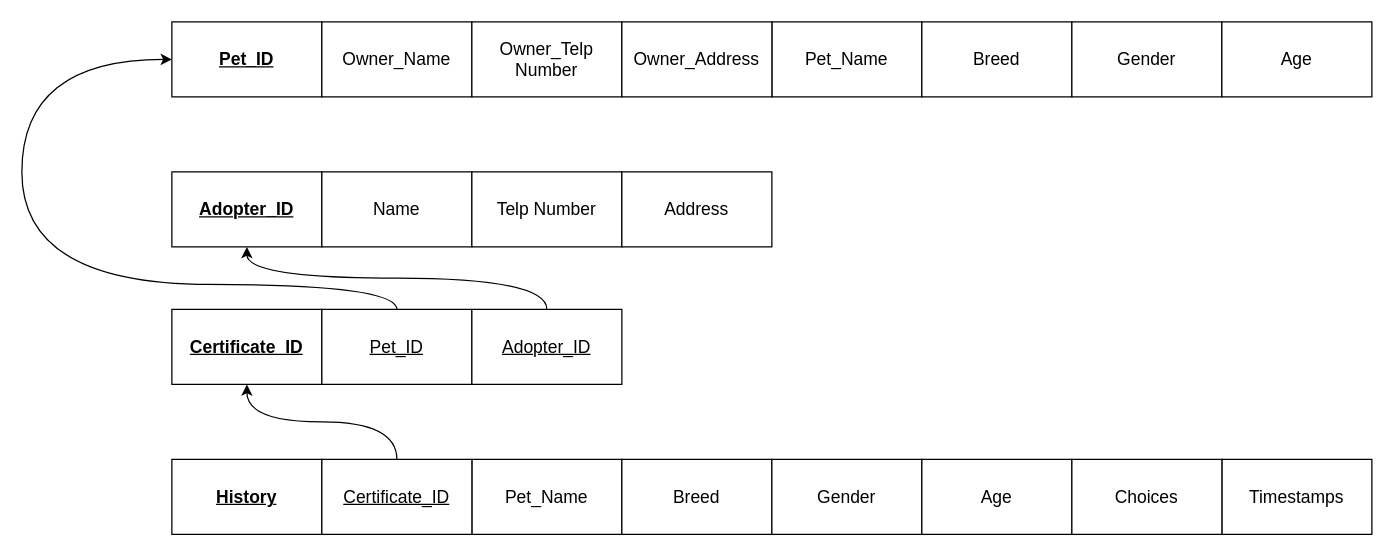
arba2401/TugasAkhirBasdat keeps this draw.io diagram as page "Page-2" (2 of 2) of Untitled Diagram.drawio. Above is the earlier version. Source tidied: cells renumbered, new cells numbered last; positions are measured from the earlier drawing's top-left corner, leaving out a move shared by most shapes. Both pictures are drawn from the tidied source at 125%, with x=0, y=0 at pixel (21, 21).
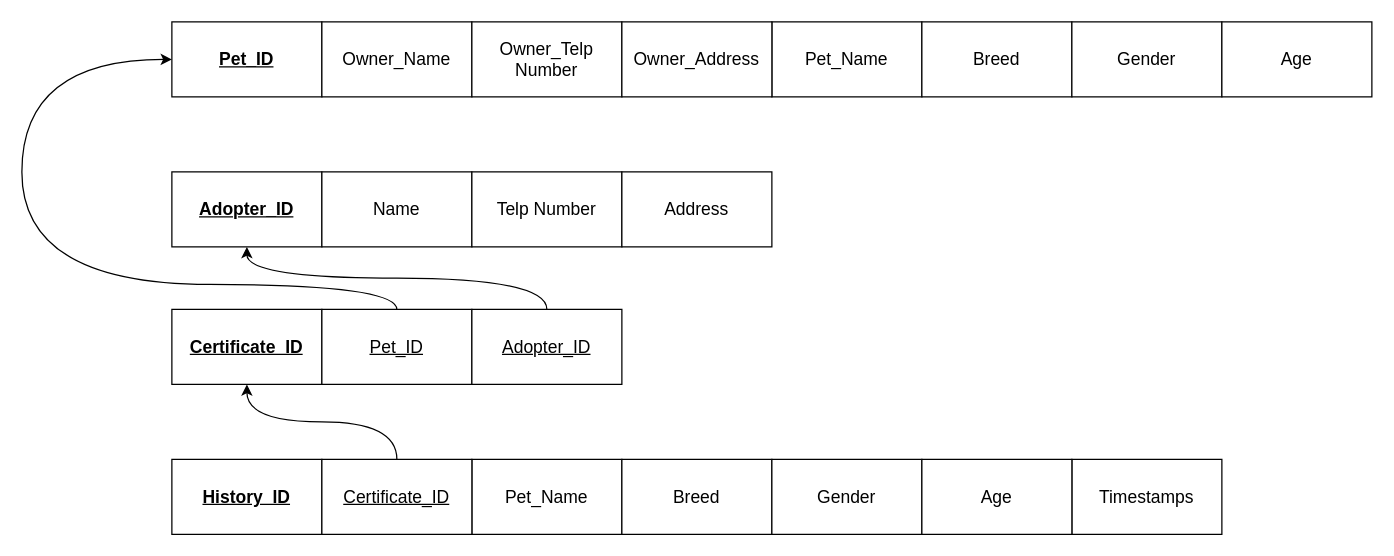
The same page after the edit.

What changed in the source:
```diff
@@
-    <mxCell id="11" value="&lt;u&gt;&lt;font style=&quot;font-size: 14px&quot;&gt;&lt;b&gt;History&lt;/b&gt;&lt;/font&gt;&lt;/u&gt;" style="rounded=0;whiteSpace=wrap;html=1;" parent="1" vertex="1">
+    <mxCell id="11" value="&lt;u&gt;&lt;font style=&quot;font-size: 14px&quot;&gt;&lt;b&gt;History_ID&lt;/b&gt;&lt;/font&gt;&lt;/u&gt;" style="rounded=0;whiteSpace=wrap;html=1;" parent="1" vertex="1">
       <mxGeometry x="120" y="350" width="120" height="60" as="geometry" />
     </mxCell>
     <mxCell id="12" value="&lt;span style=&quot;font-size: 14px&quot;&gt;Timestamps&lt;/span&gt;" style="rounded=0;whiteSpace=wrap;html=1;" parent="1" vertex="1">
-      <mxGeometry x="960" y="350" width="120" height="60" as="geometry" />
+      <mxGeometry x="840" y="350" width="120" height="60" as="geometry" />
     </mxCell>
@@
-    <mxCell id="20" value="&lt;span style=&quot;font-size: 14px&quot;&gt;Choices&lt;/span&gt;" style="rounded=0;whiteSpace=wrap;html=1;" parent="1" vertex="1">
-      <mxGeometry x="840" y="350" width="120" height="60" as="geometry" />
-    </mxCell>
```
